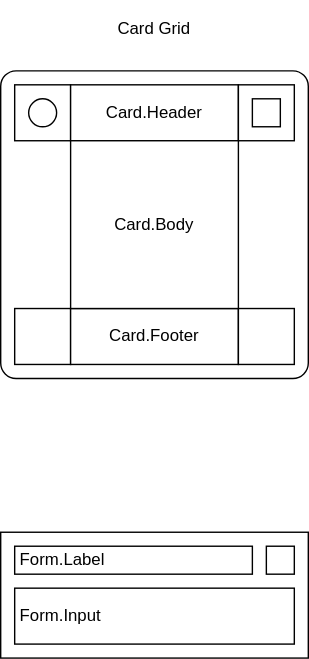
The draw.io diagram packages/ui/react-ui-mosaic/docs/mosaic.drawio.svg in dxos/dxos, before a commit. Source tidied: cells renumbered, new cells last; positions are measured from the earlier drawing's top-left corner, leaving out a move shared by most shapes.
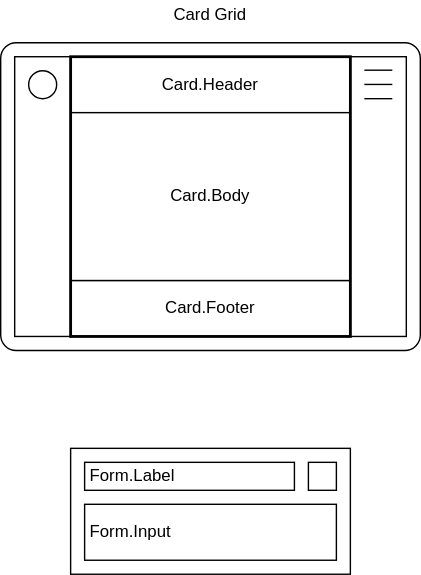
The same file after the commit.

Diff of the diagram source:
```diff
@@ -3,49 +3,64 @@
     <mxCell id="0" />
     <mxCell id="1" parent="0" />
     <mxCell id="2" style="rounded=0;whiteSpace=wrap;html=1;" parent="1" vertex="1">
-      <mxGeometry y="380" width="220" height="90" as="geometry" />
+      <mxGeometry x="50" y="340" width="200" height="90" as="geometry" />
     </mxCell>
     <mxCell id="3" style="rounded=1;whiteSpace=wrap;html=1;arcSize=5;" parent="1" vertex="1">
-      <mxGeometry y="50" width="220" height="220" as="geometry" />
+      <mxGeometry y="50" width="300" height="220" as="geometry" />
     </mxCell>
     <mxCell id="4" style="rounded=0;whiteSpace=wrap;html=1;" parent="1" vertex="1">
-      <mxGeometry x="10" y="60" width="40" height="40" as="geometry" />
+      <mxGeometry x="10" y="60" width="40" height="200" as="geometry" />
     </mxCell>
     <mxCell id="5" value="Card.Header" style="rounded=0;whiteSpace=wrap;html=1;" parent="1" vertex="1">
-      <mxGeometry x="50" y="60" width="120" height="40" as="geometry" />
+      <mxGeometry x="50" y="60" width="200" height="40" as="geometry" />
     </mxCell>
     <mxCell id="6" style="rounded=0;whiteSpace=wrap;html=1;" parent="1" vertex="1">
-      <mxGeometry x="170" y="60" width="40" height="40" as="geometry" />
+      <mxGeometry x="250" y="60" width="40" height="200" as="geometry" />
     </mxCell>
-    <mxCell id="7" style="rounded=0;whiteSpace=wrap;html=1;" parent="1" vertex="1">
-      <mxGeometry x="10" y="220" width="40" height="40" as="geometry" />
-    </mxCell>
     <mxCell id="8" value="Card.Footer" style="rounded=0;whiteSpace=wrap;html=1;" parent="1" vertex="1">
-      <mxGeometry x="50" y="220" width="120" height="40" as="geometry" />
+      <mxGeometry x="50" y="220" width="200" height="40" as="geometry" />
     </mxCell>
-    <mxCell id="9" style="rounded=0;whiteSpace=wrap;html=1;" parent="1" vertex="1">
-      <mxGeometry x="170" y="220" width="40" height="40" as="geometry" />
-    </mxCell>
     <mxCell id="10" value="Card.Body" style="rounded=0;whiteSpace=wrap;html=1;" parent="1" vertex="1">
-      <mxGeometry x="50" y="100" width="120" height="120" as="geometry" />
+      <mxGeometry x="50" y="100" width="200" height="120" as="geometry" />
     </mxCell>
     <mxCell id="11" value="Card Grid" style="rounded=0;whiteSpace=wrap;html=1;fillColor=none;strokeColor=none;" parent="1" vertex="1">
-      <mxGeometry x="10" width="200" height="40" as="geometry" />
+      <mxGeometry x="10" y="20" width="280" height="20" as="geometry" />
     </mxCell>
     <mxCell id="12" style="ellipse;whiteSpace=wrap;html=1;fillColor=none;" parent="1" vertex="1">
       <mxGeometry x="20" y="70" width="20" height="20" as="geometry" />
     </mxCell>
-    <mxCell id="13" style="rounded=0;whiteSpace=wrap;html=1;" parent="1" vertex="1">
-      <mxGeometry x="180" y="70" width="20" height="20" as="geometry" />
-    </mxCell>
     <mxCell id="14" value="Form.Input" style="rounded=0;whiteSpace=wrap;html=1;align=left;spacingLeft=2;" parent="1" vertex="1">
-      <mxGeometry x="10" y="420" width="200" height="40" as="geometry" />
+      <mxGeometry x="60" y="380" width="180" height="40" as="geometry" />
     </mxCell>
     <mxCell id="15" style="rounded=0;whiteSpace=wrap;html=1;" parent="1" vertex="1">
-      <mxGeometry x="190" y="390" width="20" height="20" as="geometry" />
+      <mxGeometry x="220" y="350" width="20" height="20" as="geometry" />
     </mxCell>
     <mxCell id="16" value="Form.Label" style="rounded=0;whiteSpace=wrap;html=1;align=left;spacingLeft=2;" parent="1" vertex="1">
-      <mxGeometry x="10" y="390" width="170" height="20" as="geometry" />
+      <mxGeometry x="60" y="350" width="150" height="20" as="geometry" />
     </mxCell>
+    <mxCell id="17" style="rounded=0;whiteSpace=wrap;html=1;fillColor=none;strokeWidth=2;" parent="1" vertex="1">
+      <mxGeometry x="50" y="60" width="200" height="200" as="geometry" />
+    </mxCell>
+    <mxCell id="18" style="group;" parent="1" vertex="1">
+      <mxGeometry x="260" y="69.6" width="20" height="20.4" as="geometry" />
+    </mxCell>
+    <mxCell id="19" style="endArrow=none;html=1;" parent="18" edge="1">
+      <mxGeometry relative="1" as="geometry">
+        <mxPoint y="20.4" as="sourcePoint" />
+        <mxPoint x="20" y="20.4" as="targetPoint" />
+      </mxGeometry>
+    </mxCell>
+    <mxCell id="20" style="endArrow=none;html=1;" parent="18" edge="1">
+      <mxGeometry relative="1" as="geometry">
+        <mxPoint as="sourcePoint" />
+        <mxPoint x="20" as="targetPoint" />
+      </mxGeometry>
+    </mxCell>
+    <mxCell id="21" style="endArrow=none;html=1;" parent="18" edge="1">
+      <mxGeometry relative="1" as="geometry">
+        <mxPoint y="10.2" as="sourcePoint" />
+        <mxPoint x="20" y="10.2" as="targetPoint" />
+      </mxGeometry>
+    </mxCell>
   </root>
 </mxGraphModel>
```
